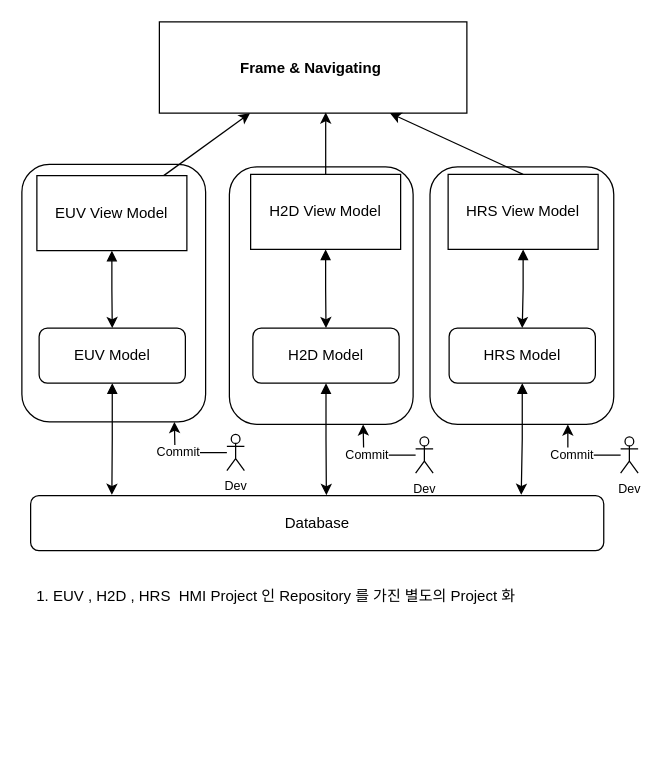
Before: page "EUV HMI" (4 of 4) of Team Strategy.drawio in EdwardsKorea/CommonDrawIO, a draw.io diagram. Source tidied: cells renumbered, new cells numbered last; positions are measured from the earlier drawing's top-left corner, leaving out a move shared by most shapes. Both pictures are drawn from the tidied source at 125%, with x=0, y=0 at pixel (21, 21).
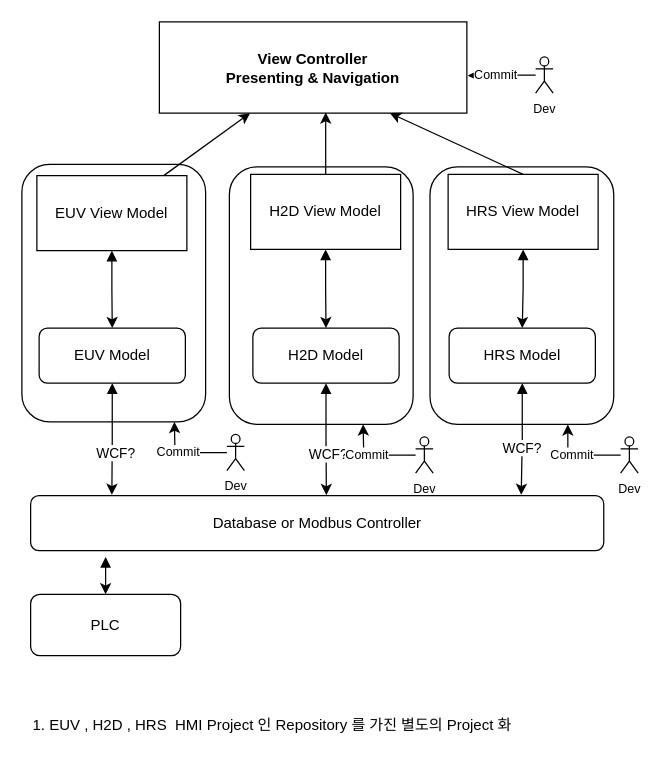
The same diagram, later.

Unchanged cells that the change refers to:
```xml
<mxCell id="17" style="edgeStyle=orthogonalEdgeStyle;rounded=0;jettySize=auto;html=1;startArrow=block;startFill=1;" parent="1" edge="1" source="18">
  <mxGeometry relative="1" as="geometry">
    <mxPoint x="72" y="378.4" as="targetPoint" />
  </mxGeometry>
</mxCell>
<mxCell id="21" style="edgeStyle=orthogonalEdgeStyle;rounded=0;jettySize=auto;html=1;startArrow=block;startFill=1;entryX=0.516;entryY=-0.009;entryDx=0;entryDy=0;entryPerimeter=0;exitX=0.5;exitY=1;exitDx=0;exitDy=0;" parent="1" edge="1" source="19" target="16">
  <mxGeometry relative="1" as="geometry" />
</mxCell>
<mxCell id="22" style="edgeStyle=orthogonalEdgeStyle;rounded=0;jettySize=auto;html=1;startArrow=block;startFill=1;exitX=0.5;exitY=1;exitDx=0;exitDy=0;" parent="1" edge="1" source="20">
  <mxGeometry relative="1" as="geometry">
    <mxPoint x="399.5" y="378.4" as="targetPoint" />
  </mxGeometry>
</mxCell>
```

What changed in the source:
```diff
@@
-    <mxCell id="5" value="Frame &amp;amp; Navigating&amp;nbsp;" style="rounded=0;whiteSpace=wrap;html=1;verticalAlign=middle;fontStyle=1;" parent="1" vertex="1">
+    <mxCell id="5" value="View Controller&lt;br&gt;Presenting &amp;amp; Navigation" style="rounded=0;whiteSpace=wrap;html=1;verticalAlign=middle;fontStyle=1;" parent="1" vertex="1">
       <mxGeometry x="110" width="246" height="73" as="geometry" />
     </mxCell>
@@
     <mxCell id="15" value="1. EUV , H2D , HRS&amp;nbsp; HMI Project 인 Repository 를 가진 별도의 Project 화&amp;nbsp;" style="text;html=1;strokeColor=none;fillColor=none;align=left;verticalAlign=middle;whiteSpace=wrap;rounded=0;" parent="1" vertex="1">
-      <mxGeometry x="10" y="445" width="479.5" height="30" as="geometry" />
+      <mxGeometry x="7" y="548" width="479.5" height="30" as="geometry" />
     </mxCell>
-    <mxCell id="16" value="Database" style="rounded=1;whiteSpace=wrap;html=1;" parent="1" vertex="1">
+    <mxCell id="16" value="Database or Modbus Controller" style="rounded=1;whiteSpace=wrap;html=1;" parent="1" vertex="1">
       <mxGeometry x="7" y="379" width="458.5" height="44" as="geometry" />
     </mxCell>
@@
+    <mxCell id="32" value="WCF?" style="edgeLabel;html=1;align=center;verticalAlign=middle;" parent="17" vertex="1">
+      <mxGeometry x="0.24" y="2" relative="1" as="geometry" />
+    </mxCell>
@@
+    <mxCell id="33" value="WCF?" style="edgeLabel;html=1;align=center;verticalAlign=middle;" parent="21" vertex="1">
+      <mxGeometry x="0.26" y="1" relative="1" as="geometry" />
+    </mxCell>
@@
+    <mxCell id="34" value="WCF?" style="edgeLabel;html=1;align=center;verticalAlign=middle;" parent="22" vertex="1">
+      <mxGeometry x="0.17" relative="1" as="geometry" />
+    </mxCell>
@@
+    <mxCell id="35" style="edgeStyle=orthogonalEdgeStyle;rounded=0;jettySize=auto;html=1;fontSize=10;entryX=1.003;entryY=0.589;entryDx=0;entryDy=0;entryPerimeter=0;" parent="1" edge="1" source="37" target="5">
+      <mxGeometry relative="1" as="geometry" />
+    </mxCell>
+    <mxCell id="36" value="Commit" style="edgeLabel;html=1;align=center;verticalAlign=middle;fontSize=10;" parent="35" vertex="1">
+      <mxGeometry x="0.2" y="-1" relative="1" as="geometry" />
+    </mxCell>
+    <mxCell id="37" value="Dev" style="shape=umlActor;verticalLabelPosition=bottom;verticalAlign=top;html=1;outlineConnect=0;fontSize=10;" parent="1" vertex="1">
+      <mxGeometry x="411" y="28" width="14" height="29" as="geometry" />
+    </mxCell>
+    <mxCell id="38" value="PLC" style="rounded=1;whiteSpace=wrap;html=1;" parent="1" vertex="1">
+      <mxGeometry x="7" y="458" width="120" height="49" as="geometry" />
+    </mxCell>
+    <mxCell id="39" style="edgeStyle=orthogonalEdgeStyle;rounded=0;jettySize=auto;html=1;startArrow=block;startFill=1;entryX=0.5;entryY=0;entryDx=0;entryDy=0;" parent="1" edge="1" target="38">
+      <mxGeometry relative="1" as="geometry">
+        <mxPoint x="67" y="428" as="sourcePoint" />
+      </mxGeometry>
+    </mxCell>
```
